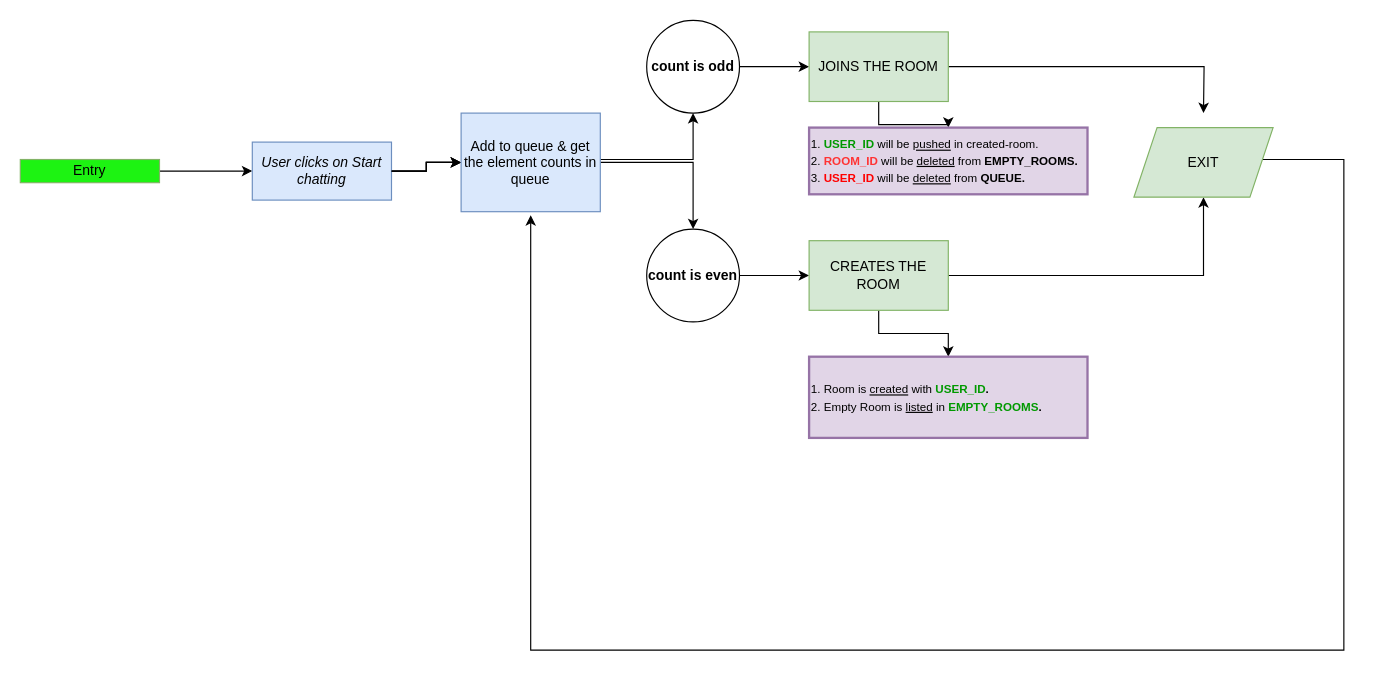
sarveshhh-m/flowcharts keeps this draw.io diagram as charts/Untitled Diagram.drawio. Above is the earlier version. Source tidied: cells renumbered, new cells numbered last; positions are measured from the earlier drawing's top-left corner, leaving out a move shared by most shapes. Both pictures are drawn from the tidied source at 116%, with x=0, y=0 at pixel (20, 20).
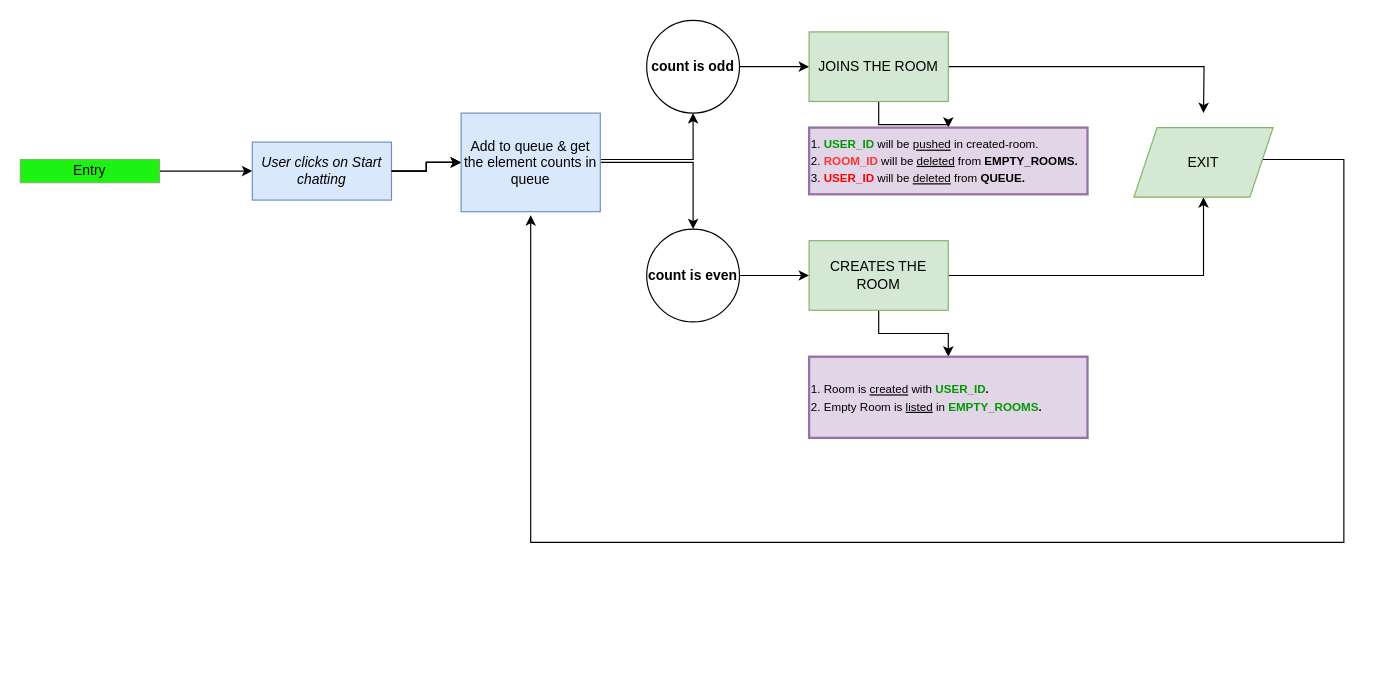
Above is the later version.

The change refers to these unchanged cells:
```xml
<mxCell id="24" value="EXIT" style="shape=parallelogram;perimeter=parallelogramPerimeter;whiteSpace=wrap;html=1;fixedSize=1;fillColor=#d5e8d4;strokeColor=#82b366;rounded=0;" parent="1" vertex="1">
  <mxGeometry x="960" y="92.5" width="120" height="60" as="geometry" />
</mxCell>
```

The edit, as a diff of the source:
```diff
@@
-    <mxCell id="23" style="edgeStyle=orthogonalEdgeStyle;rounded=0;orthogonalLoop=1;jettySize=auto;html=1;" parent="1" edge="1">
+    <mxCell id="23" style="edgeStyle=orthogonalEdgeStyle;rounded=0;jettySize=auto;html=1;exitX=1;exitY=0.5;exitDx=0;exitDy=0;" parent="1" edge="1" source="24">
       <mxGeometry relative="1" as="geometry">
-        <mxPoint x="1070" y="120" as="sourcePoint" />
         <mxPoint x="440" y="168" as="targetPoint" />
         <Array as="points">
           <mxPoint x="1070" y="120" />
           <mxPoint x="1141" y="120" />
-          <mxPoint x="1141" y="543" />
-          <mxPoint x="440" y="543" />
+          <mxPoint x="1141" y="450" />
+          <mxPoint x="440" y="450" />
         </Array>
       </mxGeometry>
     </mxCell>
```
